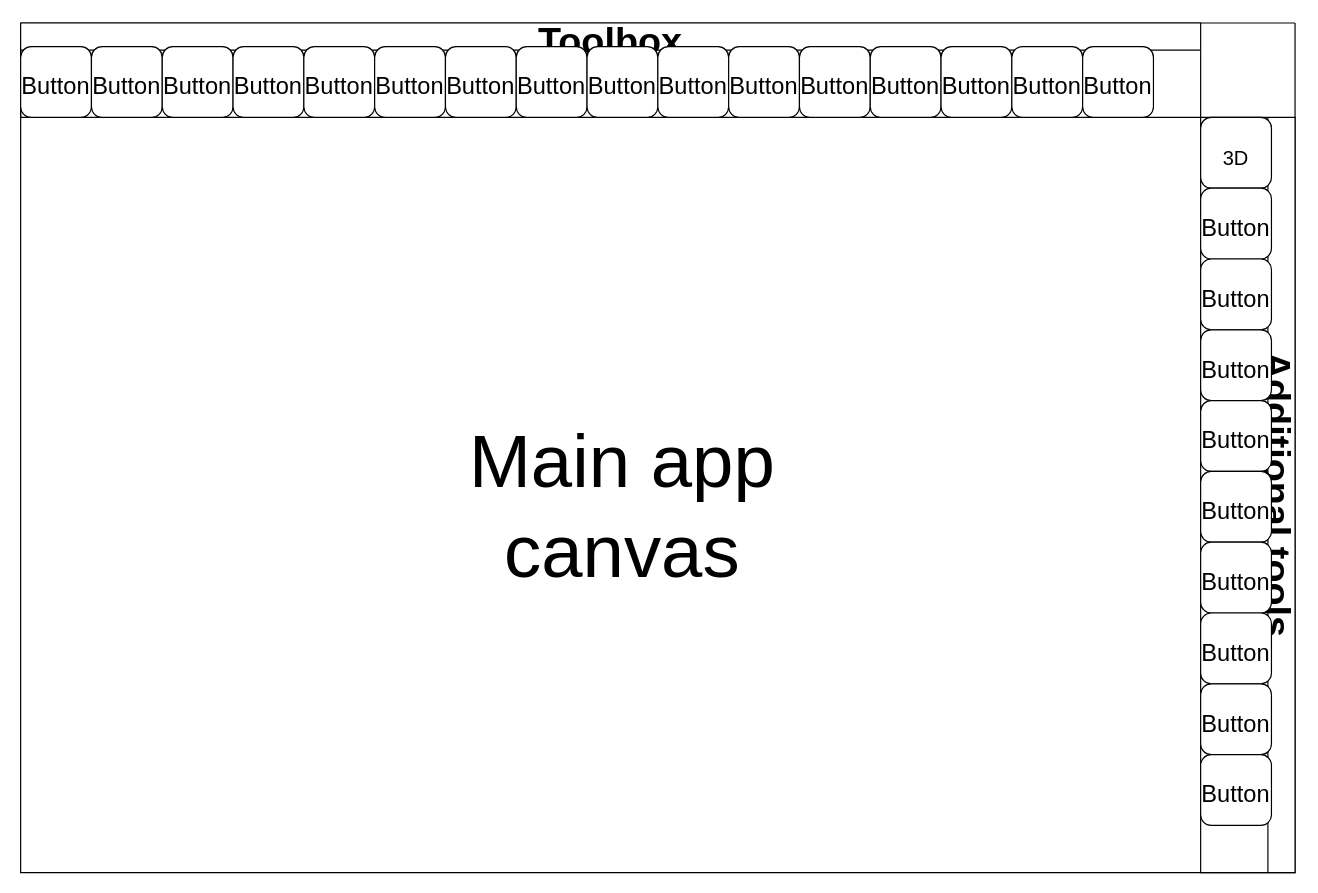
The draw.io diagram page "2D" (11 of 14) of Design/Project.drawio in PawekPL/Atlas-of-Dreams, before the edit. Source tidied: cells renumbered, new cells numbered last; positions are measured from the earlier drawing's top-left corner, leaving out a move shared by most shapes. Both pictures are drawn from the tidied source at 118%, with x=0, y=0 at pixel (20, 22).
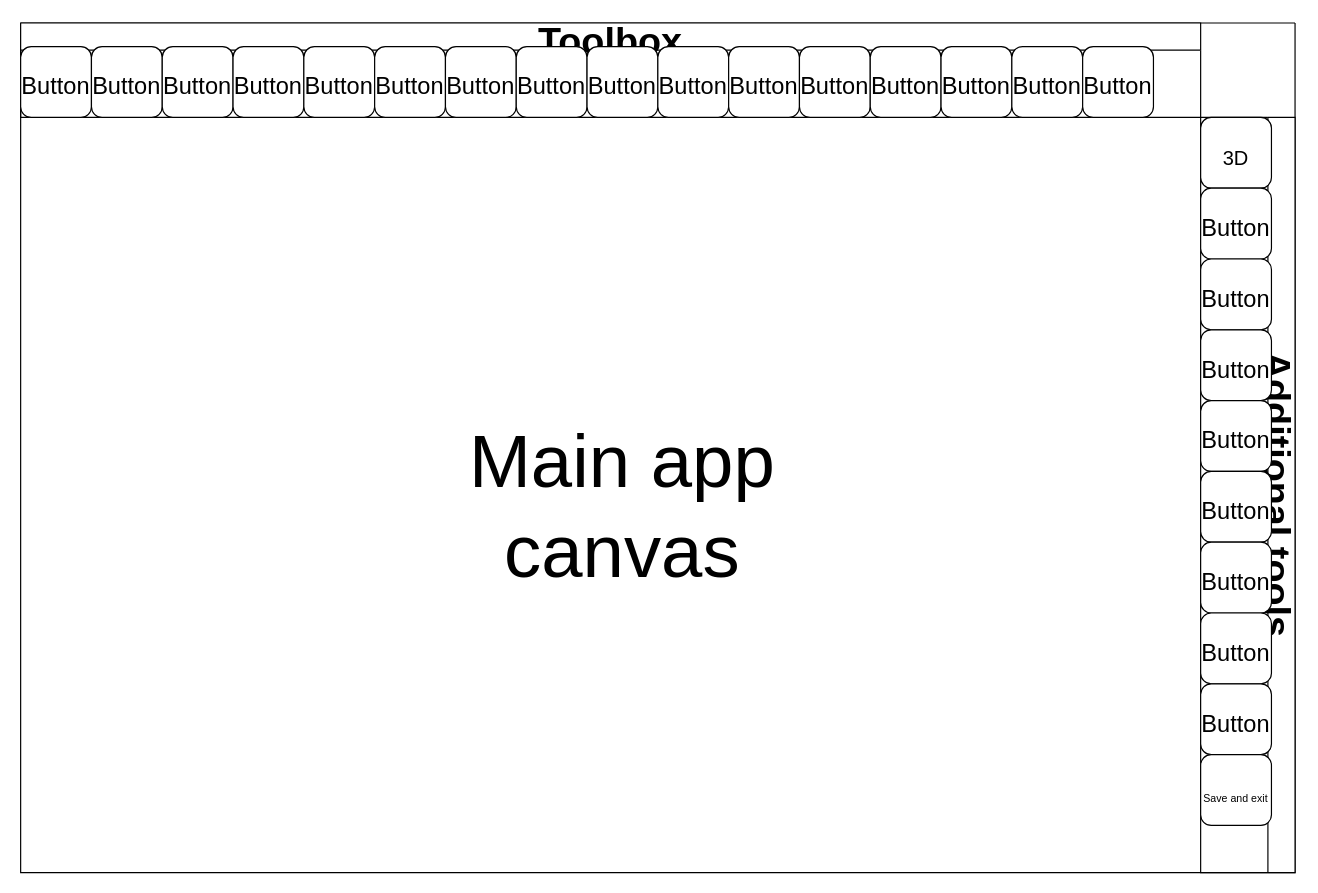
After the change.

Unchanged cells that the change refers to:
```xml
<mxCell id="3" value="Additional tools" style="swimlane;horizontal=0;fontSize=32;rotation=-180;" parent="2" vertex="1">
  <mxGeometry x="1000" y="80" width="80" height="640" as="geometry" />
</mxCell>
```

Diff of the diagram source:
```diff
@@
-    <mxCell id="13" value="&lt;font style=&quot;font-size: 20px&quot;&gt;Button&lt;/font&gt;" style="rounded=1;whiteSpace=wrap;html=1;fontSize=32;" parent="3" vertex="1">
+    <mxCell id="13" value="&lt;span style=&quot;font-size: 9px ; text-align: justify&quot;&gt;Save and exit&lt;/span&gt;" style="rounded=1;whiteSpace=wrap;html=1;fontSize=32;" parent="3" vertex="1">
       <mxGeometry y="540" width="60" height="60" as="geometry" />
     </mxCell>
```
